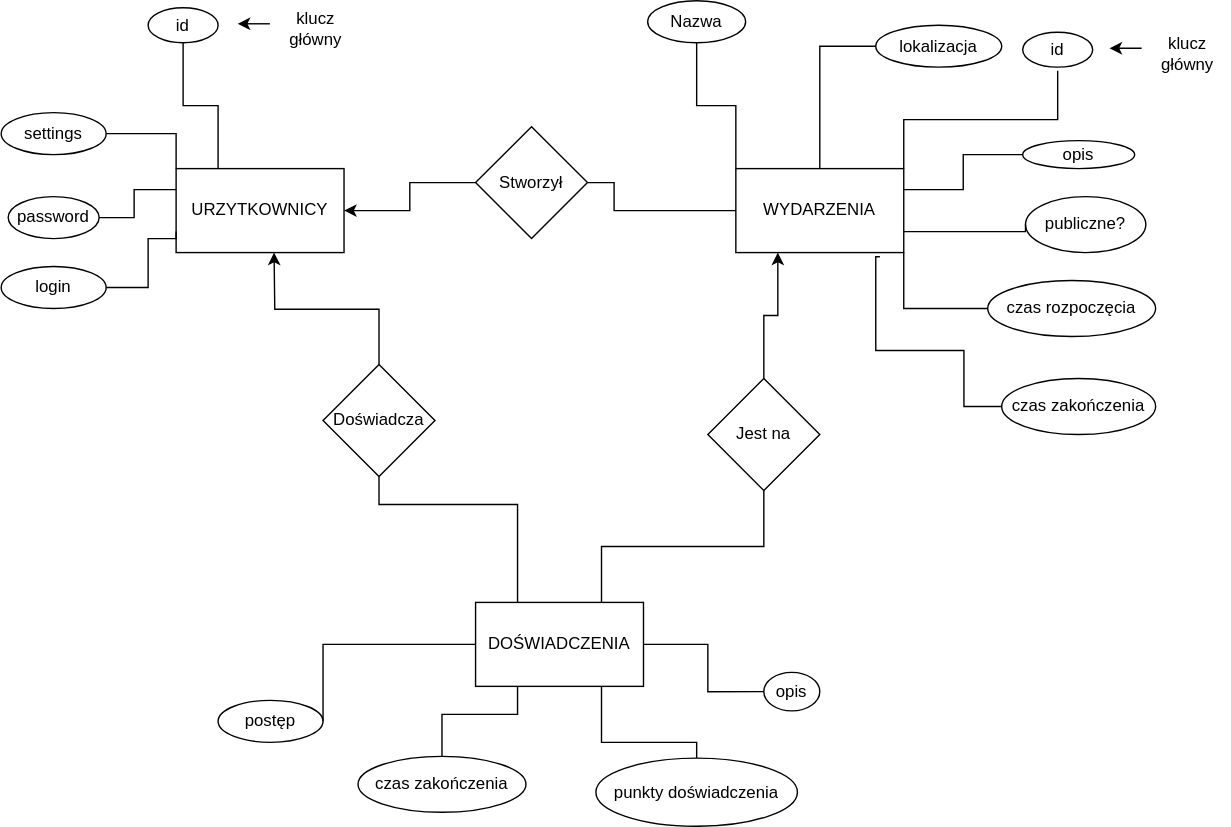
SzimiCode/Projekt_na_4 keeps this draw.io diagram as Docs/Djagram encji.svg. Above is the earlier version. Source tidied: cells renumbered, new cells last; positions are measured from the earlier drawing's top-left corner, leaving out a move shared by most shapes.
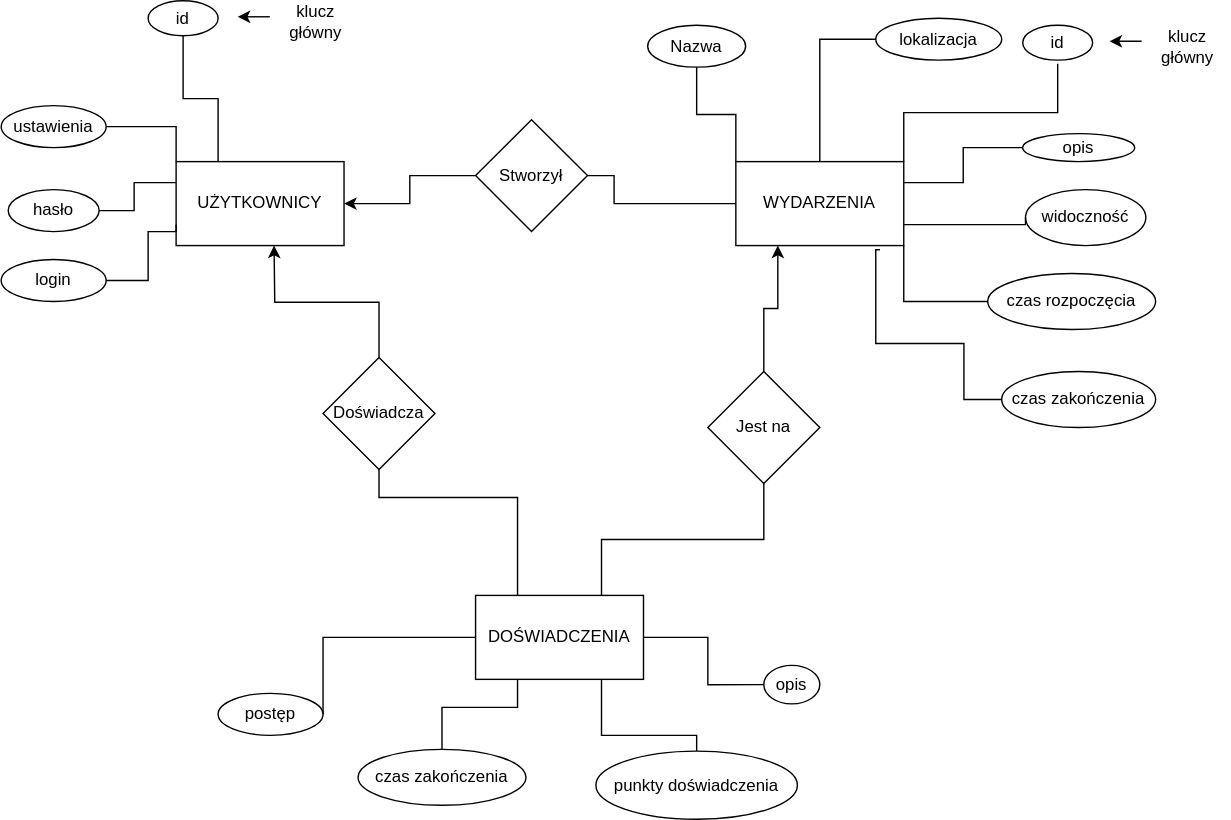
After the change.

Diff of the diagram source:
```diff
@@ -2,7 +2,7 @@
   <root>
     <mxCell id="0" />
     <mxCell id="1" parent="0" />
-    <mxCell id="2" value="URZYTKOWNICY" style="rounded=0;whiteSpace=wrap;html=1;" parent="1" vertex="1">
+    <mxCell id="2" value="UŻYTKOWNICY" style="rounded=0;whiteSpace=wrap;html=1;" parent="1" vertex="1">
       <mxGeometry x="125" y="120" width="120" height="60" as="geometry" />
     </mxCell>
     <mxCell id="3" style="edgeStyle=orthogonalEdgeStyle;rounded=0;jettySize=auto;html=1;exitX=1;exitY=0;exitDx=0;exitDy=0;entryX=0.5;entryY=1;entryDx=0;entryDy=0;endArrow=none;endFill=0;" parent="1" edge="1" source="5" target="10">
@@ -33,7 +33,7 @@
       <mxGeometry x="105" y="5" width="50" height="25" as="geometry" />
     </mxCell>
     <mxCell id="12" value="Nazwa" style="ellipse;whiteSpace=wrap;html=1;" parent="1" vertex="1">
-      <mxGeometry x="462" width="70" height="30" as="geometry" />
+      <mxGeometry x="462" y="22.5" width="70" height="30" as="geometry" />
     </mxCell>
     <mxCell id="13" value="czas rozpoczęcia" style="ellipse;whiteSpace=wrap;html=1;" parent="1" vertex="1">
       <mxGeometry x="705" y="200" width="120" height="40" as="geometry" />
@@ -47,7 +47,7 @@
     <mxCell id="16" value="lokalizacja" style="ellipse;whiteSpace=wrap;html=1;" parent="1" vertex="1">
       <mxGeometry x="625" y="17.5" width="90" height="30" as="geometry" />
     </mxCell>
-    <mxCell id="17" value="publiczne?" style="ellipse;whiteSpace=wrap;html=1;" parent="1" vertex="1">
+    <mxCell id="17" value="widoczność" style="ellipse;whiteSpace=wrap;html=1;" parent="1" vertex="1">
       <mxGeometry x="732" y="140" width="86" height="40" as="geometry" />
     </mxCell>
     <mxCell id="18" style="edgeStyle=orthogonalEdgeStyle;rounded=0;jettySize=auto;html=1;exitX=0.5;exitY=0;exitDx=0;exitDy=0;entryX=0;entryY=0.5;entryDx=0;entryDy=0;endArrow=none;endFill=0;" parent="1" edge="1" source="5" target="16">
@@ -91,13 +91,13 @@
     <mxCell id="25" value="login" style="ellipse;whiteSpace=wrap;html=1;" parent="1" vertex="1">
       <mxGeometry y="190" width="75" height="30" as="geometry" />
     </mxCell>
-    <mxCell id="26" value="password" style="ellipse;whiteSpace=wrap;html=1;" parent="1" vertex="1">
+    <mxCell id="26" value="hasło" style="ellipse;whiteSpace=wrap;html=1;" parent="1" vertex="1">
       <mxGeometry x="5" y="140" width="65" height="30" as="geometry" />
     </mxCell>
     <mxCell id="27" style="edgeStyle=orthogonalEdgeStyle;rounded=0;jettySize=auto;html=1;exitX=1;exitY=0.5;exitDx=0;exitDy=0;entryX=0;entryY=0;entryDx=0;entryDy=0;endArrow=none;endFill=0;" parent="1" edge="1" source="28" target="2">
       <mxGeometry relative="1" as="geometry" />
     </mxCell>
-    <mxCell id="28" value="settings" style="ellipse;whiteSpace=wrap;html=1;" parent="1" vertex="1">
+    <mxCell id="28" value="ustawienia" style="ellipse;whiteSpace=wrap;html=1;" parent="1" vertex="1">
       <mxGeometry y="80" width="75" height="30" as="geometry" />
     </mxCell>
     <mxCell id="29" style="edgeStyle=orthogonalEdgeStyle;rounded=0;jettySize=auto;html=1;exitX=0.5;exitY=1;exitDx=0;exitDy=0;entryX=0.25;entryY=0;entryDx=0;entryDy=0;endArrow=none;endFill=0;" parent="1" edge="1" source="11" target="2">
```
